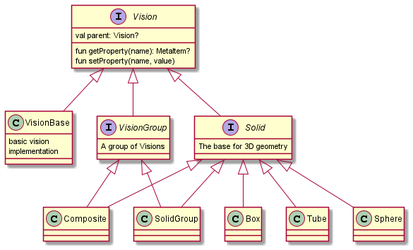
Before: docs/images/hierarchy.png, a diagram exported from PlantUML (SciProgCentre/visionforge).
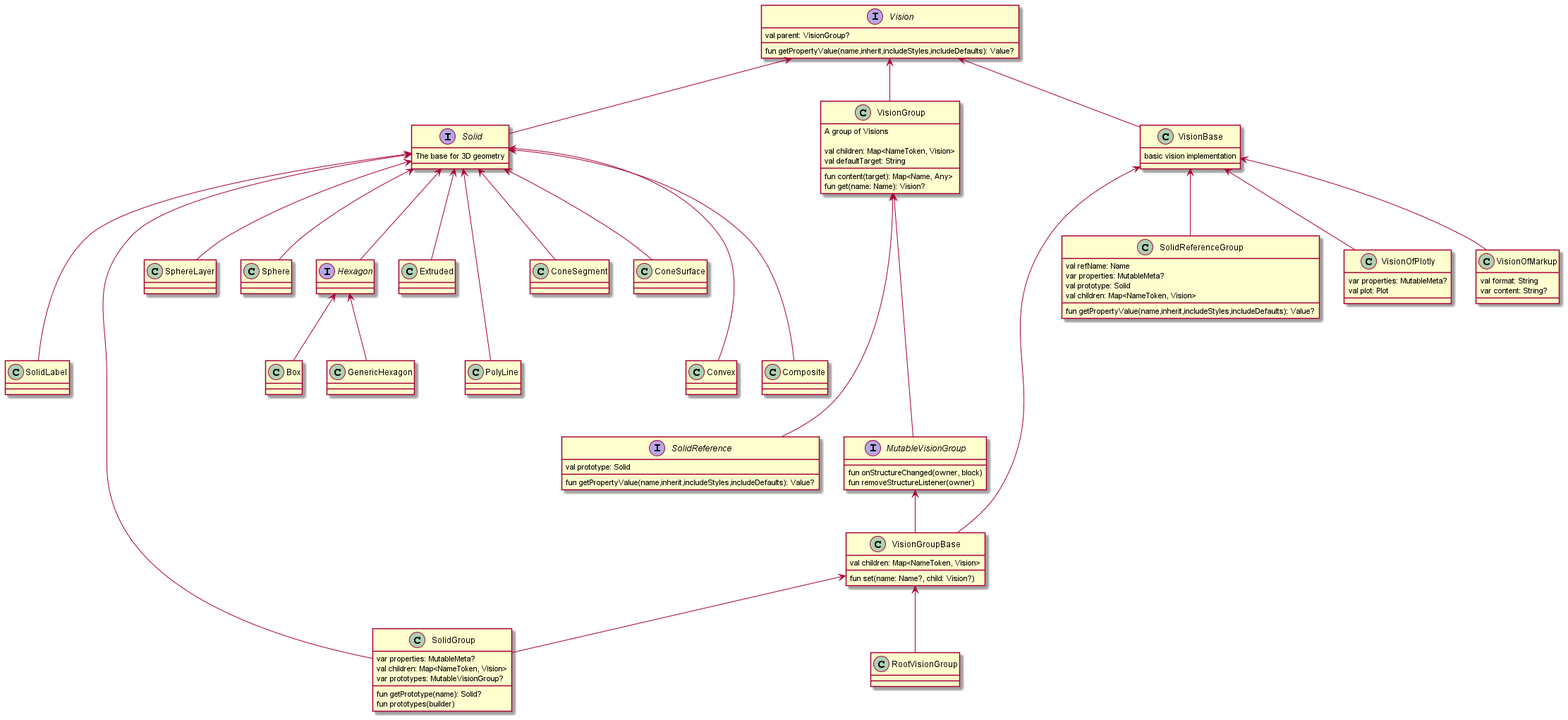
Later version of the same file.

What changed in the source:
```diff
@@ -1,45 +1,123 @@
 @startuml
 
 interface Vision{
-    val parent: Vision?
-    fun getProperty(name): MetaItem?
-    fun setProperty(name, value)
-
+    val parent: VisionGroup?
+    fun getPropertyValue(name,inherit,includeStyles,includeDefaults): Value?
 }
-
-class VisionBase{
-    basic vision
-    implementation
-}
-Vision <|-- VisionBase
-
-interface VisionGroup{
-    A group of Visions
-}
-Vision <|-- VisionGroup
 
 interface Solid{
     The base for 3D geometry
 }
+Vision <-- Solid
 
-Vision <|-- Solid
+class VisionGroup{
+    A group of Visions
 
-class SolidGroup
+    val children: Map<NameToken, Vision>
+    val defaultTarget: String
 
-Solid <|-- SolidGroup
-VisionGroup <|-- SolidGroup
+    fun content(target): Map<Name, Any>
+    fun get(name: Name): Vision?
+}
+Vision <-- VisionGroup
+
+class VisionBase{
+    basic vision implementation
+}
+Vision <-- VisionBase
+
+
+class SolidLabel
+Solid <--- SolidLabel
+
+class SolidGroup{
+    var properties: MutableMeta?
+    val children: Map<NameToken, Vision>
+    var prototypes: MutableVisionGroup?
+
+    fun getPrototype(name): Solid?
+    fun prototypes(builder)
+}
+Solid <--- SolidGroup
+VisionGroupBase <-- SolidGroup
+
+class SphereLayer
+Solid <-- SphereLayer
+
+class Sphere
+Solid <-- Sphere
+
+class Box
+Hexagon <-- Box
+
+class GenericHexagon
+Hexagon <-- GenericHexagon
+
+class Extruded
+Solid <-- Extruded
+
+
+class PolyLine
+Solid <--- PolyLine
+
+
+interface Hexagon
+Solid <-- Hexagon
+
+class ConeSegment
+Solid <-- ConeSegment
+
+class ConeSurface
+Solid <-- ConeSurface
+
+
+class Convex
+Solid <--- Convex
 
 class Composite
-Solid <|-- Composite
-VisionGroup <|-- Composite
+Solid <--- Composite
 
-class Box
-Solid <|-- Box
 
-class Tube
-Solid <|-- Tube
+interface SolidReference{
+    val prototype: Solid
+    fun getPropertyValue(name,inherit,includeStyles,includeDefaults): Value?
+}
+VisionGroup <---- SolidReference
 
-class Sphere
-Solid <|-- Sphere
+class SolidReferenceGroup{
+    val refName: Name
+    var properties: MutableMeta?
+    val prototype: Solid
+    val children: Map<NameToken, Vision>
+    fun getPropertyValue(name,inherit,includeStyles,includeDefaults): Value?
+}
+VisionBase <-- SolidReferenceGroup
 
+interface MutableVisionGroup{
+    fun onStructureChanged(owner, block)
+    fun removeStructureListener(owner)
+}
+VisionGroup <---- MutableVisionGroup
+
+class VisionGroupBase{
+    val children: Map<NameToken, Vision>
+    fun set(name: Name?, child: Vision?)
+}
+VisionBase <-- VisionGroupBase
+MutableVisionGroup <-- VisionGroupBase
+
+class RootVisionGroup
+VisionGroupBase <-- RootVisionGroup
+
+class VisionOfPlotly{
+     var properties: MutableMeta?
+     val plot: Plot
+}
+VisionBase <-- VisionOfPlotly
+
+class VisionOfMarkup{
+    val format: String
+    var content: String?
+}
+VisionBase <-- VisionOfMarkup
 @enduml
```
